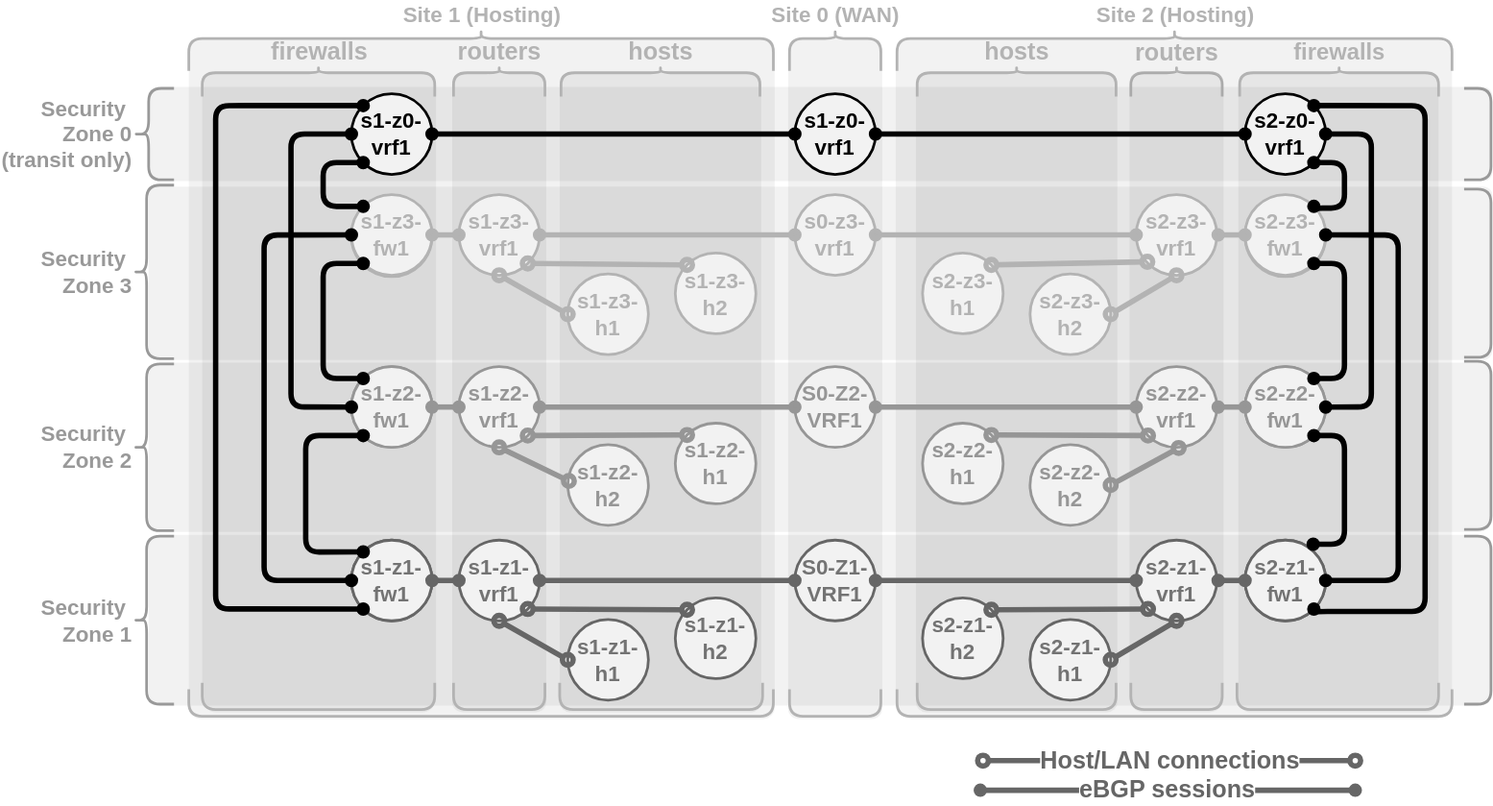
Earlier version of the draw.io export pages/1/3(ecmp-symmetric)/framework-algo-2-c.drawio.svg (menckend/alpha). Source tidied: cells renumbered, new cells last; positions are measured from the earlier drawing's top-left corner, leaving out a move shared by most shapes.
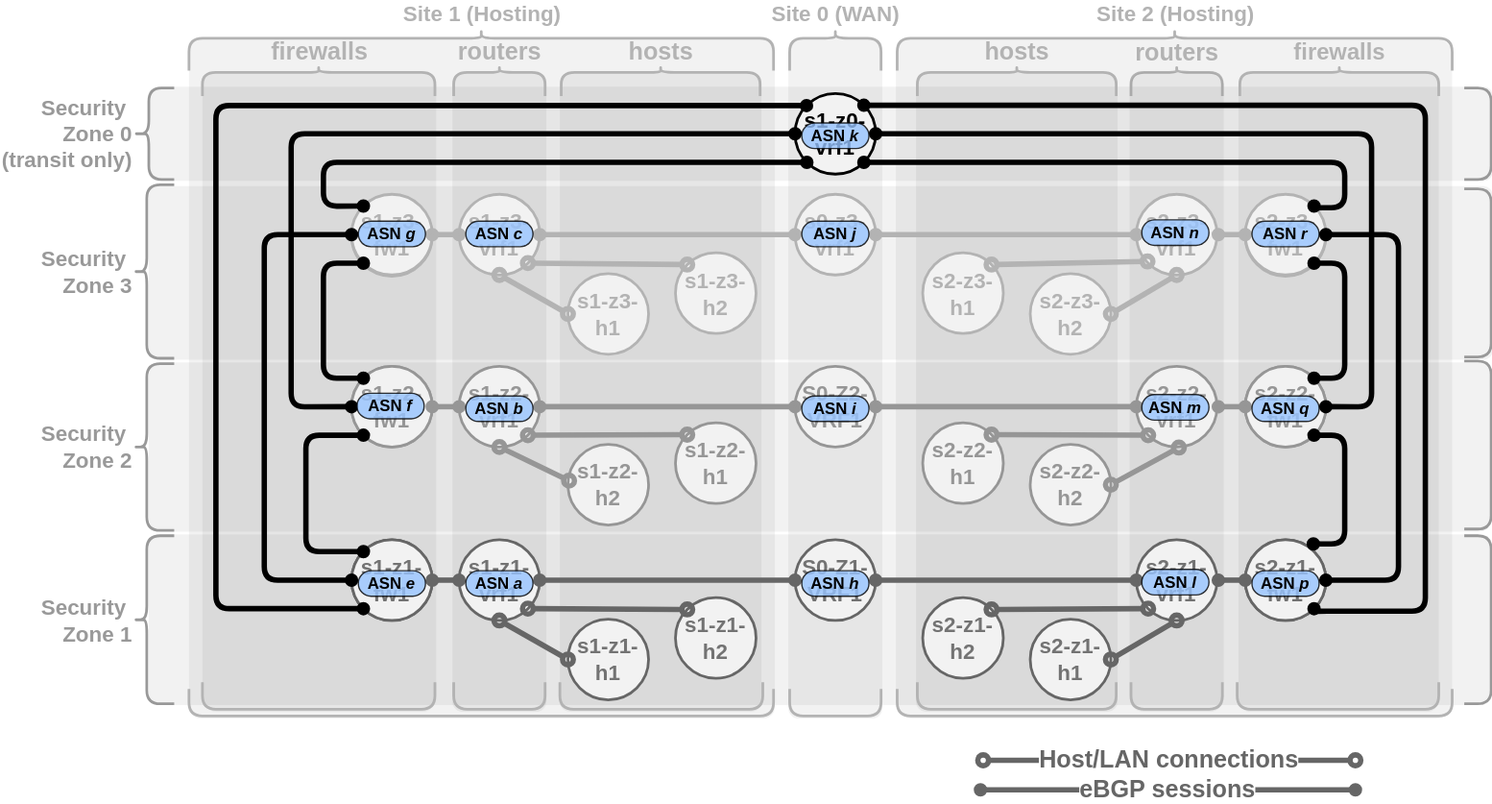
The same diagram one commit later.

What changed in the source:
```diff
@@ -305,28 +305,16 @@
     <mxCell id="97" style="endArrow=oval;startArrow=oval;html=1;strokeWidth=4;strokeColor=#B3B3B3;startFill=1;endFill=1;fontSize=18;fontStyle=1;entryX=1;entryY=0.5;entryDx=0;entryDy=0;" parent="1" edge="1" source="51" target="84">
       <mxGeometry relative="1" as="geometry" />
     </mxCell>
-    <mxCell id="98" value="s1-z0-vrf1" style="ellipse;whiteSpace=wrap;html=1;strokeWidth=2;strokeColor=#000000;fontSize=16;fontStyle=1;fillColor=#F2F2F2;fillStyle=solid;" parent="1" vertex="1">
-      <mxGeometry x="162" y="47" width="60" height="60" as="geometry" />
-    </mxCell>
     <mxCell id="99" value="&lt;div style=&quot;line-height: 80%;&quot;&gt;firewalls&lt;/div&gt;" style="shape=curlyBracket;html=1;rounded=1;labelPosition=center;verticalLabelPosition=top;align=center;verticalAlign=middle;rotation=0;strokeWidth=2;strokeColor=#B3B3B3;size=0.2;direction=south;fontSize=18;fontColor=#B3B3B3;fontStyle=1;" parent="1" vertex="1">
       <mxGeometry x="51" y="27" width="173" height="22" as="geometry" />
     </mxCell>
-    <mxCell id="100" value="s2-z0-vrf1" style="ellipse;whiteSpace=wrap;html=1;strokeWidth=2;strokeColor=#000000;fontSize=16;fontStyle=1;fillColor=#F2F2F2;fillStyle=solid;" parent="1" vertex="1">
-      <mxGeometry x="827" y="47" width="60" height="60" as="geometry" />
-    </mxCell>
     <mxCell id="101" style="shape=curlyBracket;whiteSpace=wrap;html=1;rounded=1;labelPosition=left;verticalLabelPosition=middle;align=right;verticalAlign=middle;rotation=0;strokeWidth=2;strokeColor=#999999;direction=west;size=0;fontSize=18;fontStyle=1;fontColor=#666666;" parent="1" vertex="1">
       <mxGeometry x="990" y="43" width="20" height="68" as="geometry" />
     </mxCell>
     <mxCell id="102" value="s1-z0-vrf1" style="ellipse;whiteSpace=wrap;html=1;strokeWidth=2;strokeColor=#000000;fontSize=16;fontStyle=1;fillColor=#F2F2F2;fillStyle=solid;" parent="1" vertex="1">
       <mxGeometry x="492" y="47" width="60" height="60" as="geometry" />
     </mxCell>
-    <mxCell id="103" style="endArrow=oval;startArrow=oval;html=1;strokeColor=#000000;strokeWidth=4;startFill=1;endFill=1;fontSize=18;fontStyle=1;entryX=0;entryY=0.5;entryDx=0;entryDy=0;exitX=1;exitY=0.5;exitDx=0;exitDy=0;rounded=1;" parent="1" edge="1" source="102" target="100">
-      <mxGeometry relative="1" as="geometry" />
-    </mxCell>
-    <mxCell id="104" style="endArrow=oval;startArrow=oval;html=1;strokeColor=#000000;strokeWidth=4;startFill=1;endFill=1;fontSize=18;fontStyle=1;entryX=0;entryY=0.5;entryDx=0;entryDy=0;exitX=1;exitY=0.5;exitDx=0;exitDy=0;rounded=1;" parent="1" edge="1" source="98" target="102">
-      <mxGeometry relative="1" as="geometry" />
-    </mxCell>
-    <mxCell id="105" style="endArrow=oval;startArrow=oval;html=1;strokeColor=#000000;strokeWidth=4;startFill=1;endFill=1;fontSize=18;fontStyle=1;entryX=1;entryY=0;entryDx=0;entryDy=0;exitX=1;exitY=1;exitDx=0;exitDy=0;rounded=1;edgeStyle=orthogonalEdgeStyle;" parent="1" edge="1" source="100" target="91">
+    <mxCell id="105" style="endArrow=oval;startArrow=oval;html=1;strokeColor=#000000;strokeWidth=4;startFill=1;endFill=1;fontSize=18;fontStyle=1;entryX=1;entryY=0;entryDx=0;entryDy=0;exitX=1;exitY=1;exitDx=0;exitDy=0;rounded=1;edgeStyle=orthogonalEdgeStyle;" parent="1" edge="1" source="102" target="91">
       <mxGeometry relative="1" as="geometry">
         <Array as="points">
           <mxPoint x="901" y="98" />
@@ -343,7 +331,7 @@
         </Array>
       </mxGeometry>
     </mxCell>
-    <mxCell id="107" style="endArrow=oval;startArrow=oval;html=1;strokeColor=#000000;strokeWidth=4;startFill=1;endFill=1;fontSize=18;fontStyle=1;entryX=1;entryY=1;entryDx=0;entryDy=0;rounded=1;exitX=1;exitY=0;exitDx=0;exitDy=0;edgeStyle=orthogonalEdgeStyle;" parent="1" edge="1" source="100" target="90">
+    <mxCell id="107" style="endArrow=oval;startArrow=oval;html=1;strokeColor=#000000;strokeWidth=4;startFill=1;endFill=1;fontSize=18;fontStyle=1;entryX=1;entryY=1;entryDx=0;entryDy=0;rounded=1;exitX=1;exitY=0;exitDx=0;exitDy=0;edgeStyle=orthogonalEdgeStyle;" parent="1" edge="1" source="102" target="90">
       <mxGeometry relative="1" as="geometry">
         <Array as="points">
           <mxPoint x="961" y="56" />
@@ -352,7 +340,7 @@
         </Array>
       </mxGeometry>
     </mxCell>
-    <mxCell id="108" style="endArrow=oval;startArrow=oval;html=1;strokeColor=#000000;strokeWidth=4;startFill=1;endFill=1;fontSize=18;fontStyle=1;entryX=1;entryY=0.5;entryDx=0;entryDy=0;exitX=1;exitY=0.5;exitDx=0;exitDy=0;rounded=1;edgeStyle=orthogonalEdgeStyle;" parent="1" edge="1" source="100" target="89">
+    <mxCell id="108" style="endArrow=oval;startArrow=oval;html=1;strokeColor=#000000;strokeWidth=4;startFill=1;endFill=1;fontSize=18;fontStyle=1;entryX=1;entryY=0.5;entryDx=0;entryDy=0;exitX=1;exitY=0.5;exitDx=0;exitDy=0;rounded=1;edgeStyle=orthogonalEdgeStyle;" parent="1" edge="1" source="102" target="89">
       <mxGeometry relative="1" as="geometry">
         <Array as="points">
           <mxPoint x="921" y="77" />
@@ -377,7 +365,7 @@
         </Array>
       </mxGeometry>
     </mxCell>
-    <mxCell id="111" style="endArrow=oval;startArrow=oval;html=1;strokeColor=#000000;strokeWidth=4;startFill=1;endFill=1;fontSize=18;fontStyle=1;entryX=0;entryY=0;entryDx=0;entryDy=0;exitX=0;exitY=1;exitDx=0;exitDy=0;rounded=1;edgeStyle=orthogonalEdgeStyle;" parent="1" edge="1" source="98" target="84">
+    <mxCell id="111" style="endArrow=oval;startArrow=oval;html=1;strokeColor=#000000;strokeWidth=4;startFill=1;endFill=1;fontSize=18;fontStyle=1;entryX=0;entryY=0;entryDx=0;entryDy=0;exitX=0;exitY=1;exitDx=0;exitDy=0;rounded=1;edgeStyle=orthogonalEdgeStyle;" parent="1" edge="1" source="102" target="84">
       <mxGeometry relative="1" as="geometry">
         <Array as="points">
           <mxPoint x="141" y="98" />
@@ -393,7 +381,7 @@
         </Array>
       </mxGeometry>
     </mxCell>
-    <mxCell id="113" style="endArrow=oval;startArrow=oval;html=1;strokeColor=#000000;strokeWidth=4;startFill=1;endFill=1;fontSize=18;fontStyle=1;entryX=0;entryY=1;entryDx=0;entryDy=0;rounded=1;exitX=0;exitY=0;exitDx=0;exitDy=0;edgeStyle=orthogonalEdgeStyle;" parent="1" edge="1" source="98" target="83">
+    <mxCell id="113" style="endArrow=oval;startArrow=oval;html=1;strokeColor=#000000;strokeWidth=4;startFill=1;endFill=1;fontSize=18;fontStyle=1;entryX=0;entryY=1;entryDx=0;entryDy=0;rounded=1;edgeStyle=orthogonalEdgeStyle;" parent="1" edge="1" source="102" target="83">
       <mxGeometry relative="1" as="geometry">
         <Array as="points">
           <mxPoint x="61" y="56" />
@@ -401,7 +389,7 @@
         </Array>
       </mxGeometry>
     </mxCell>
-    <mxCell id="114" style="endArrow=oval;startArrow=oval;html=1;strokeColor=#000000;strokeWidth=4;startFill=1;endFill=1;fontSize=18;fontStyle=1;entryX=0;entryY=0.5;entryDx=0;entryDy=0;exitX=0;exitY=0.5;exitDx=0;exitDy=0;rounded=1;edgeStyle=orthogonalEdgeStyle;" parent="1" edge="1" source="98" target="82">
+    <mxCell id="114" style="endArrow=oval;startArrow=oval;html=1;strokeColor=#000000;strokeWidth=4;startFill=1;endFill=1;fontSize=18;fontStyle=1;entryX=0;entryY=0.5;entryDx=0;entryDy=0;exitX=0;exitY=0.5;exitDx=0;exitDy=0;rounded=1;edgeStyle=orthogonalEdgeStyle;" parent="1" edge="1" source="102" target="82">
       <mxGeometry relative="1" as="geometry">
         <Array as="points">
           <mxPoint x="117" y="77" />
@@ -425,5 +413,56 @@
         </Array>
       </mxGeometry>
     </mxCell>
+    <mxCell id="117" style="group;" parent="1" vertex="1">
+      <mxGeometry x="167" y="69" width="715" height="352" as="geometry" />
+    </mxCell>
+    <mxCell id="118" value="&lt;b&gt;ASN &lt;i&gt;a&lt;/i&gt;&lt;/b&gt;" style="rounded=1;whiteSpace=wrap;html=1;arcSize=50;opacity=80;fillColor=#96C4FF;" parent="117" vertex="1">
+      <mxGeometry x="80" y="333" width="50" height="19" as="geometry" />
+    </mxCell>
+    <mxCell id="119" value="&lt;b&gt;ASN &lt;i&gt;b&lt;/i&gt;&lt;/b&gt;" style="rounded=1;whiteSpace=wrap;html=1;arcSize=50;opacity=80;fillColor=#96C4FF;" parent="117" vertex="1">
+      <mxGeometry x="80" y="203" width="50" height="19" as="geometry" />
+    </mxCell>
+    <mxCell id="120" value="&lt;b&gt;ASN &lt;i&gt;c&lt;/i&gt;&lt;/b&gt;" style="rounded=1;whiteSpace=wrap;html=1;arcSize=50;opacity=80;fillColor=#96C4FF;" parent="117" vertex="1">
+      <mxGeometry x="80" y="73" width="50" height="19" as="geometry" />
+    </mxCell>
+    <mxCell id="121" value="&lt;b&gt;ASN &lt;i&gt;e&lt;/i&gt;&lt;/b&gt;" style="rounded=1;whiteSpace=wrap;html=1;arcSize=50;opacity=80;fillColor=#96C4FF;" parent="117" vertex="1">
+      <mxGeometry y="333" width="50" height="19" as="geometry" />
+    </mxCell>
+    <mxCell id="122" value="&lt;b&gt;ASN &lt;i&gt;g&lt;/i&gt;&lt;/b&gt;" style="rounded=1;whiteSpace=wrap;html=1;arcSize=50;opacity=80;fillColor=#96C4FF;" parent="117" vertex="1">
+      <mxGeometry y="73" width="50" height="19" as="geometry" />
+    </mxCell>
+    <mxCell id="123" value="&lt;b&gt;ASN &lt;i&gt;h&lt;/i&gt;&lt;/b&gt;" style="rounded=1;whiteSpace=wrap;html=1;arcSize=50;opacity=80;fillColor=#96C4FF;" parent="117" vertex="1">
+      <mxGeometry x="330" y="333" width="50" height="19" as="geometry" />
+    </mxCell>
+    <mxCell id="124" value="&lt;b&gt;ASN &lt;i&gt;i&lt;/i&gt;&lt;/b&gt;" style="rounded=1;whiteSpace=wrap;html=1;arcSize=50;opacity=80;fillColor=#96C4FF;" parent="117" vertex="1">
+      <mxGeometry x="330" y="203" width="50" height="19" as="geometry" />
+    </mxCell>
+    <mxCell id="125" value="&lt;b&gt;ASN &lt;i&gt;j&lt;/i&gt;&lt;/b&gt;" style="rounded=1;whiteSpace=wrap;html=1;arcSize=50;opacity=80;fillColor=#96C4FF;" parent="117" vertex="1">
+      <mxGeometry x="330" y="73" width="50" height="19" as="geometry" />
+    </mxCell>
+    <mxCell id="126" value="&lt;b&gt;ASN &lt;i&gt;k&lt;/i&gt;&lt;/b&gt;" style="rounded=1;whiteSpace=wrap;html=1;arcSize=50;opacity=80;fillColor=#96C4FF;" parent="117" vertex="1">
+      <mxGeometry x="330" width="50" height="19" as="geometry" />
+    </mxCell>
+    <mxCell id="127" value="&lt;b&gt;ASN &lt;i&gt;l&lt;/i&gt;&lt;/b&gt;" style="rounded=1;whiteSpace=wrap;html=1;arcSize=50;opacity=80;fillColor=#96C4FF;" parent="117" vertex="1">
+      <mxGeometry x="583" y="332" width="50" height="19" as="geometry" />
+    </mxCell>
+    <mxCell id="128" value="&lt;b&gt;ASN &lt;i&gt;m&lt;/i&gt;&lt;/b&gt;" style="rounded=1;whiteSpace=wrap;html=1;arcSize=50;opacity=80;fillColor=#96C4FF;" parent="117" vertex="1">
+      <mxGeometry x="583" y="202" width="50" height="19" as="geometry" />
+    </mxCell>
+    <mxCell id="129" value="&lt;b&gt;ASN &lt;i&gt;n&lt;/i&gt;&lt;/b&gt;" style="rounded=1;whiteSpace=wrap;html=1;arcSize=50;opacity=80;fillColor=#96C4FF;" parent="117" vertex="1">
+      <mxGeometry x="583" y="72" width="50" height="19" as="geometry" />
+    </mxCell>
+    <mxCell id="130" value="&lt;b&gt;ASN &lt;i&gt;p&lt;/i&gt;&lt;/b&gt;" style="rounded=1;whiteSpace=wrap;html=1;arcSize=50;opacity=80;fillColor=#96C4FF;" parent="117" vertex="1">
+      <mxGeometry x="665" y="333" width="50" height="19" as="geometry" />
+    </mxCell>
+    <mxCell id="131" value="&lt;b&gt;ASN &lt;i&gt;q&lt;/i&gt;&lt;/b&gt;" style="rounded=1;whiteSpace=wrap;html=1;arcSize=50;opacity=80;fillColor=#96C4FF;" parent="117" vertex="1">
+      <mxGeometry x="665" y="203" width="50" height="19" as="geometry" />
+    </mxCell>
+    <mxCell id="132" value="&lt;b&gt;ASN &lt;i&gt;r&lt;/i&gt;&lt;/b&gt;" style="rounded=1;whiteSpace=wrap;html=1;arcSize=50;opacity=80;fillColor=#96C4FF;" parent="117" vertex="1">
+      <mxGeometry x="665" y="73" width="50" height="19" as="geometry" />
+    </mxCell>
+    <mxCell id="133" value="&lt;b&gt;ASN &lt;i&gt;f&lt;/i&gt;&lt;/b&gt;" style="rounded=1;whiteSpace=wrap;html=1;arcSize=50;opacity=80;fillColor=#96C4FF;" parent="117" vertex="1">
+      <mxGeometry x="-1" y="201" width="50" height="19" as="geometry" />
+    </mxCell>
   </root>
 </mxGraphModel>
```
